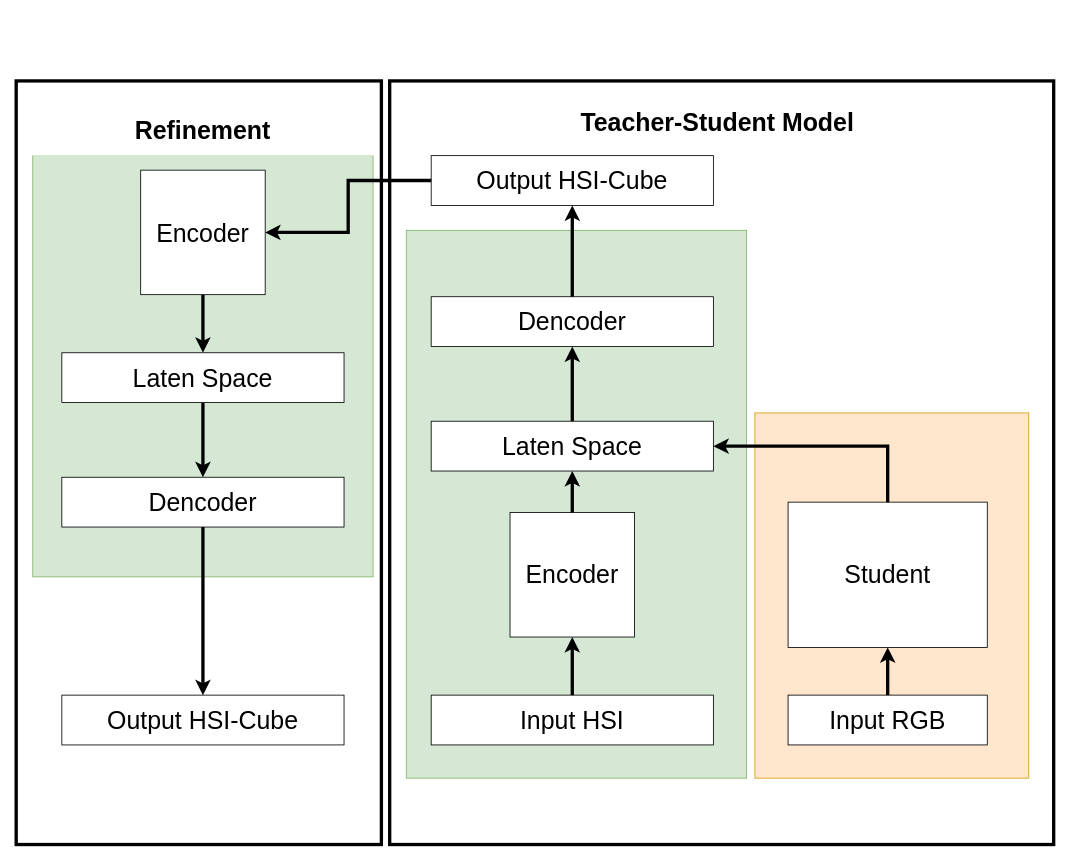
Before: LAB_TSM_v7.drawio in Kevb-source/diagramms.net, a draw.io diagram. Source tidied: cells renumbered, new cells numbered last; positions are measured from the earlier drawing's top-left corner, leaving out a move shared by most shapes. Both pictures are drawn from the tidied source at 83%, with x=0, y=0 at pixel (16, 81).
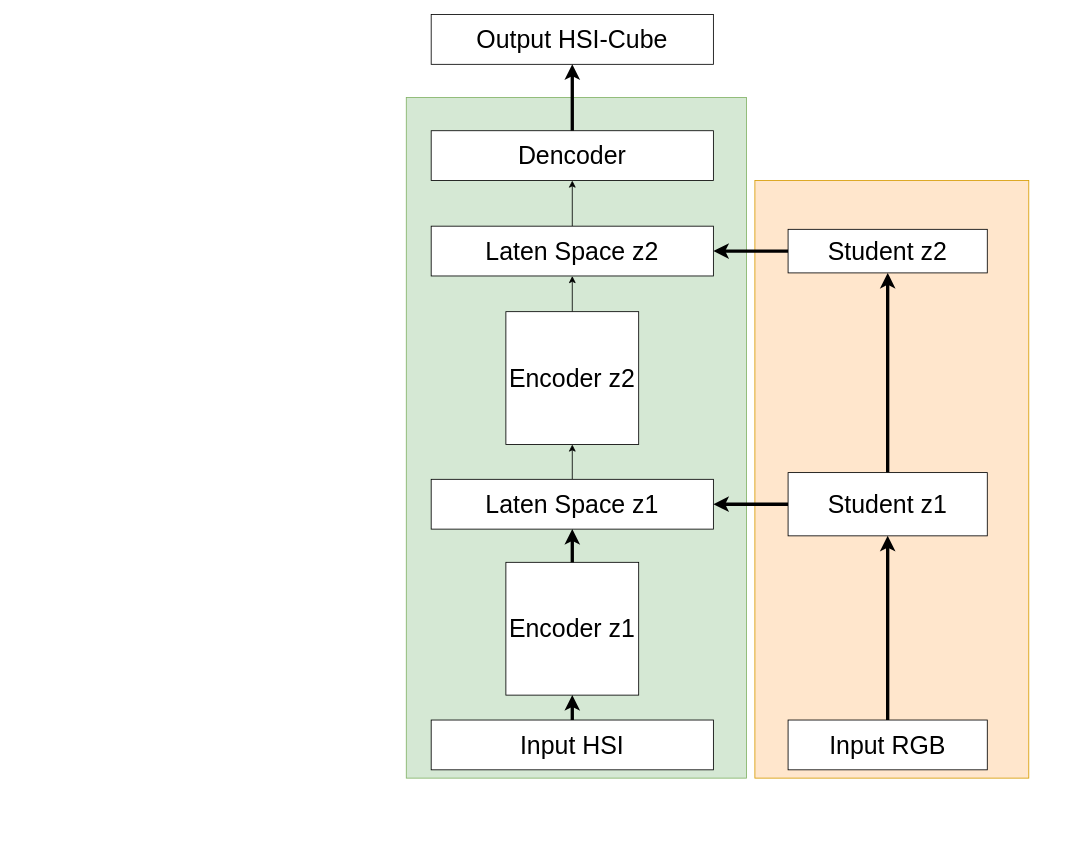
After the change.

What changed in the source:
```diff
@@
-    <mxCell id="2" value="&lt;h1&gt;&lt;br&gt;&lt;/h1&gt;" style="rounded=0;whiteSpace=wrap;html=1;strokeWidth=4;" parent="1" vertex="1">
-      <mxGeometry width="440" height="920" as="geometry" />
-    </mxCell>
-    <mxCell id="3" value="&lt;h1&gt;&lt;br&gt;&lt;/h1&gt;" style="rounded=0;whiteSpace=wrap;html=1;strokeWidth=4;" parent="1" vertex="1">
-      <mxGeometry x="450" width="800" height="920" as="geometry" />
-    </mxCell>
     <mxCell id="4" style="rounded=0;whiteSpace=wrap;html=1;fillColor=#ffe6cc;strokeColor=#d79b00;" parent="1" vertex="1">
-      <mxGeometry x="890" y="400" width="330" height="440" as="geometry" />
+      <mxGeometry x="890" y="120" width="330" height="720" as="geometry" />
     </mxCell>
     <mxCell id="5" style="rounded=0;whiteSpace=wrap;html=1;fillColor=#d5e8d4;strokeColor=#82b366;" parent="1" vertex="1">
-      <mxGeometry x="470" y="180" width="410" height="660" as="geometry" />
+      <mxGeometry x="470" y="20" width="410" height="820" as="geometry" />
     </mxCell>
-    <mxCell id="6" value="&lt;font style=&quot;font-size: 30px;&quot;&gt;Encoder&lt;/font&gt;" style="whiteSpace=wrap;html=1;" parent="1" vertex="1">
-      <mxGeometry x="595" y="520" width="150" height="150" as="geometry" />
+    <mxCell id="6" value="&lt;font style=&quot;font-size: 30px;&quot;&gt;Encoder z1&lt;/font&gt;" style="whiteSpace=wrap;html=1;" parent="1" vertex="1">
+      <mxGeometry x="590" y="580" width="160" height="160" as="geometry" />
     </mxCell>
+    <mxCell id="30" style="edgeStyle=orthogonalEdgeStyle;rounded=0;jettySize=auto;html=1;" parent="1" edge="1" source="7" target="35">
+      <mxGeometry relative="1" as="geometry" />
+    </mxCell>
-    <mxCell id="7" value="&lt;font style=&quot;font-size: 30px;&quot;&gt;Laten Space&lt;/font&gt;" style="rounded=0;whiteSpace=wrap;html=1;" parent="1" vertex="1">
-      <mxGeometry x="500" y="410" width="340" height="60" as="geometry" />
+    <mxCell id="7" value="&lt;font style=&quot;font-size: 30px;&quot;&gt;Laten Space z1&lt;/font&gt;" style="rounded=0;whiteSpace=wrap;html=1;" parent="1" vertex="1">
+      <mxGeometry x="500" y="480" width="340" height="60" as="geometry" />
     </mxCell>
     <mxCell id="8" value="&lt;font style=&quot;font-size: 30px;&quot;&gt;Dencoder&lt;/font&gt;" style="rounded=0;whiteSpace=wrap;html=1;" parent="1" vertex="1">
-      <mxGeometry x="500" y="260" width="340" height="60" as="geometry" />
+      <mxGeometry x="500" y="60" width="340" height="60" as="geometry" />
     </mxCell>
     <mxCell id="9" value="&lt;font style=&quot;font-size: 30px;&quot;&gt;Input HSI&lt;/font&gt;" style="rounded=0;whiteSpace=wrap;html=1;" parent="1" vertex="1">
-      <mxGeometry x="500" y="740" width="340" height="60" as="geometry" />
+      <mxGeometry x="500" y="770" width="340" height="60" as="geometry" />
     </mxCell>
     <mxCell id="10" value="&lt;font style=&quot;font-size: 30px;&quot;&gt;Output HSI-Cube&lt;/font&gt;" style="rounded=0;whiteSpace=wrap;html=1;" parent="1" vertex="1">
-      <mxGeometry x="500" y="90" width="340" height="60" as="geometry" />
+      <mxGeometry x="500" y="-80" width="340" height="60" as="geometry" />
     </mxCell>
+    <mxCell id="31" style="edgeStyle=orthogonalEdgeStyle;rounded=0;jettySize=auto;html=1;strokeWidth=4;" parent="1" edge="1" source="11" target="33">
+      <mxGeometry relative="1" as="geometry" />
+    </mxCell>
-    <mxCell id="11" value="&lt;font style=&quot;font-size: 30px;&quot;&gt;Student&lt;/font&gt;" style="rounded=0;whiteSpace=wrap;html=1;" parent="1" vertex="1">
-      <mxGeometry x="930" y="507.5" width="240" height="175" as="geometry" />
+    <mxCell id="11" value="&lt;font style=&quot;font-size: 30px;&quot;&gt;Student z2&lt;/font&gt;" style="rounded=0;whiteSpace=wrap;html=1;" parent="1" vertex="1">
+      <mxGeometry x="930" y="178.8" width="240" height="52.5" as="geometry" />
     </mxCell>
     <mxCell id="12" value="&lt;font style=&quot;font-size: 30px;&quot;&gt;Input RGB&lt;/font&gt;" style="rounded=0;whiteSpace=wrap;html=1;" parent="1" vertex="1">
-      <mxGeometry x="930" y="740" width="240" height="60" as="geometry" />
+      <mxGeometry x="930" y="770" width="240" height="60" as="geometry" />
     </mxCell>
-    <mxCell id="13" style="endArrow=classic;html=1;rounded=0;entryX=1;entryY=0.5;entryDx=0;entryDy=0;exitX=0.5;exitY=0;exitDx=0;exitDy=0;strokeWidth=4;" parent="1" edge="1" source="11" target="7">
-      <mxGeometry relative="1" as="geometry">
-        <Array as="points">
-          <mxPoint x="1050" y="440" />
-        </Array>
-      </mxGeometry>
-    </mxCell>
@@
-    <mxCell id="15" style="endArrow=classic;html=1;rounded=0;strokeWidth=4;exitX=0.5;exitY=0;exitDx=0;exitDy=0;entryX=0.5;entryY=1;entryDx=0;entryDy=0;" parent="1" edge="1" source="12" target="11">
+    <mxCell id="15" style="endArrow=classic;html=1;rounded=0;strokeWidth=4;exitX=0.5;exitY=0;exitDx=0;exitDy=0;entryX=0.5;entryY=1;entryDx=0;entryDy=0;" parent="1" edge="1" source="38" target="11">
       <mxGeometry relative="1" as="geometry" />
     </mxCell>
@@
-    <mxCell id="17" style="endArrow=classic;html=1;rounded=0;strokeWidth=4;exitX=0.5;exitY=0;exitDx=0;exitDy=0;entryX=0.5;entryY=1;entryDx=0;entryDy=0;" parent="1" edge="1" source="7" target="8">
-      <mxGeometry relative="1" as="geometry" />
-    </mxCell>
@@
-    <mxCell id="19" style="rounded=0;whiteSpace=wrap;html=1;fillColor=#d5e8d4;strokeColor=#82b366;" parent="1" vertex="1">
-      <mxGeometry x="20" y="90" width="410" height="507.5" as="geometry" />
-    </mxCell>
-    <mxCell id="20" value="&lt;font style=&quot;font-size: 30px;&quot;&gt;Output HSI-Cube&lt;/font&gt;" style="rounded=0;whiteSpace=wrap;html=1;" parent="1" vertex="1">
-      <mxGeometry x="55" y="740" width="340" height="60" as="geometry" />
-    </mxCell>
-    <mxCell id="21" style="edgeStyle=orthogonalEdgeStyle;rounded=0;jettySize=auto;html=1;strokeWidth=4;" parent="1" edge="1" source="22" target="24">
-      <mxGeometry relative="1" as="geometry" />
-    </mxCell>
-    <mxCell id="22" value="&lt;font style=&quot;font-size: 30px;&quot;&gt;Encoder&lt;/font&gt;" style="whiteSpace=wrap;html=1;" parent="1" vertex="1">
-      <mxGeometry x="150" y="107.5" width="150" height="150" as="geometry" />
-    </mxCell>
-    <mxCell id="23" style="edgeStyle=orthogonalEdgeStyle;rounded=0;jettySize=auto;html=1;strokeWidth=4;" parent="1" edge="1" source="24" target="25">
-      <mxGeometry relative="1" as="geometry" />
-    </mxCell>
-    <mxCell id="24" value="&lt;font style=&quot;font-size: 30px;&quot;&gt;Laten Space&lt;/font&gt;" style="rounded=0;whiteSpace=wrap;html=1;" parent="1" vertex="1">
-      <mxGeometry x="55" y="327.5" width="340" height="60" as="geometry" />
-    </mxCell>
-    <mxCell id="25" value="&lt;font style=&quot;font-size: 30px;&quot;&gt;Dencoder&lt;/font&gt;" style="rounded=0;whiteSpace=wrap;html=1;" parent="1" vertex="1">
-      <mxGeometry x="55" y="477.5" width="340" height="60" as="geometry" />
-    </mxCell>
-    <mxCell id="26" style="edgeStyle=orthogonalEdgeStyle;rounded=0;jettySize=auto;html=1;entryX=0.5;entryY=0;entryDx=0;entryDy=0;exitX=0.5;exitY=1;exitDx=0;exitDy=0;strokeWidth=4;" parent="1" edge="1" source="25" target="20">
-      <mxGeometry relative="1" as="geometry" />
-    </mxCell>
-    <mxCell id="27" style="edgeStyle=orthogonalEdgeStyle;rounded=0;jettySize=auto;html=1;entryX=1;entryY=0.5;entryDx=0;entryDy=0;strokeWidth=4;" parent="1" edge="1" source="10" target="22">
-      <mxGeometry relative="1" as="geometry" />
-    </mxCell>
-    <mxCell id="28" value="&lt;h1&gt;&lt;font style=&quot;font-size: 30px;&quot;&gt;Teacher-Student Model&lt;/font&gt;&lt;/h1&gt;" style="rounded=0;whiteSpace=wrap;html=1;strokeColor=none;" parent="1" vertex="1">
-      <mxGeometry x="470" y="20" width="750" height="60" as="geometry" />
-    </mxCell>
-    <mxCell id="29" value="&lt;h1&gt;&lt;font style=&quot;font-size: 30px;&quot;&gt;Refinement&lt;/font&gt;&lt;/h1&gt;" style="rounded=0;whiteSpace=wrap;html=1;strokeColor=none;" parent="1" vertex="1">
-      <mxGeometry x="20" y="30" width="410" height="60" as="geometry" />
-    </mxCell>
+    <mxCell id="32" style="edgeStyle=orthogonalEdgeStyle;rounded=0;jettySize=auto;html=1;" parent="1" edge="1" source="33" target="8">
+      <mxGeometry relative="1" as="geometry" />
+    </mxCell>
+    <mxCell id="33" value="&lt;font style=&quot;font-size: 30px;&quot;&gt;Laten Space z2&lt;/font&gt;" style="rounded=0;whiteSpace=wrap;html=1;" parent="1" vertex="1">
+      <mxGeometry x="500" y="175" width="340" height="60" as="geometry" />
+    </mxCell>
+    <mxCell id="34" style="edgeStyle=orthogonalEdgeStyle;rounded=0;jettySize=auto;html=1;" parent="1" edge="1" source="35" target="33">
+      <mxGeometry relative="1" as="geometry" />
+    </mxCell>
+    <mxCell id="35" value="&lt;font style=&quot;font-size: 30px;&quot;&gt;Encoder z2&lt;/font&gt;" style="whiteSpace=wrap;html=1;" parent="1" vertex="1">
+      <mxGeometry x="590" y="278" width="160" height="160" as="geometry" />
+    </mxCell>
+    <mxCell id="36" style="endArrow=classic;html=1;rounded=0;strokeWidth=4;exitX=0.5;exitY=0;exitDx=0;exitDy=0;entryX=0.5;entryY=1;entryDx=0;entryDy=0;" parent="1" edge="1" source="12" target="38">
+      <mxGeometry relative="1" as="geometry" />
+    </mxCell>
+    <mxCell id="37" style="edgeStyle=orthogonalEdgeStyle;rounded=0;jettySize=auto;html=1;strokeWidth=4;" parent="1" edge="1" source="38" target="7">
+      <mxGeometry relative="1" as="geometry" />
+    </mxCell>
+    <mxCell id="38" value="&lt;font style=&quot;font-size: 30px;&quot;&gt;Student z1&lt;/font&gt;" style="rounded=0;whiteSpace=wrap;html=1;" parent="1" vertex="1">
+      <mxGeometry x="930" y="471.9" width="240" height="76.2" as="geometry" />
+    </mxCell>
```
